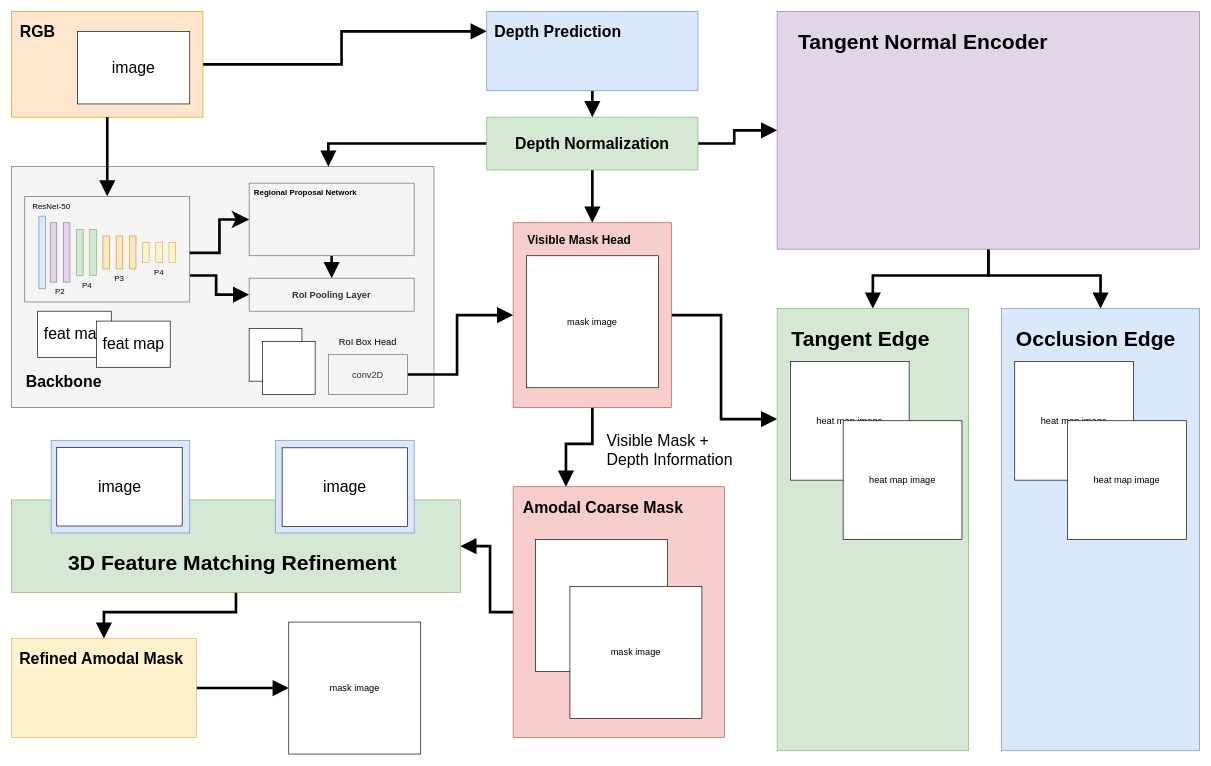
JingchengYang4/DAIS keeps this draw.io diagram as results/pipeline.drawio. Above is the earlier version. Source tidied: cells renumbered, new cells numbered last; positions are measured from the earlier drawing's top-left corner, leaving out a move shared by most shapes. Both pictures are drawn from the tidied source at 66%, with x=0, y=0 at pixel (11, 11).
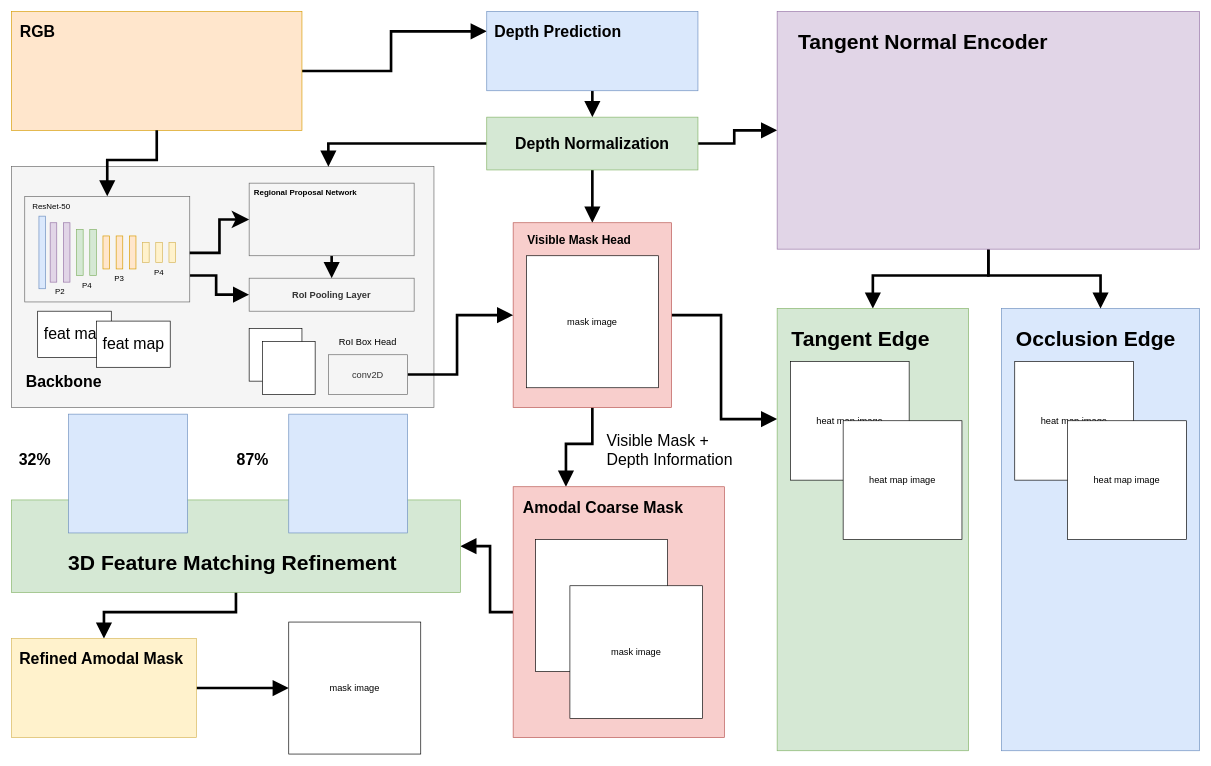
The same diagram, later.

The edit, as a diff of the source:
```diff
@@
     <mxCell id="3" style="rounded=0;whiteSpace=wrap;html=1;fillColor=#ffe6cc;strokeColor=#d79b00;" parent="1" vertex="1">
-      <mxGeometry width="290" height="160" as="geometry" />
+      <mxGeometry width="440" height="180" as="geometry" />
     </mxCell>
@@
-    <mxCell id="24" style="rounded=0;whiteSpace=wrap;html=1;fontSize=24;fillColor=#dae8fc;strokeColor=#6c8ebf;" parent="1" vertex="1">
-      <mxGeometry x="60" y="650" width="210" height="140" as="geometry" />
-    </mxCell>
     <mxCell id="25" style="rounded=0;whiteSpace=wrap;html=1;fontSize=24;fillColor=#dae8fc;strokeColor=#6c8ebf;" parent="1" vertex="1">
-      <mxGeometry x="400" y="650" width="210" height="140" as="geometry" />
+      <mxGeometry x="420" y="610" width="180" height="180" as="geometry" />
     </mxCell>
@@
-    <mxCell id="64" value="image" style="rounded=0;whiteSpace=wrap;html=1;fontSize=24;" parent="1" vertex="1">
-      <mxGeometry x="100" y="30" width="170" height="110" as="geometry" />
-    </mxCell>
@@
-    <mxCell id="67" value="mask image" style="whiteSpace=wrap;html=1;fontSize=14;" parent="1" vertex="1">
-      <mxGeometry x="846" y="871" width="200" height="200" as="geometry" />
-    </mxCell>
-    <mxCell id="68" value="image" style="rounded=0;whiteSpace=wrap;html=1;fontSize=24;" parent="1" vertex="1">
-      <mxGeometry x="410" y="661" width="190" height="119" as="geometry" />
-    </mxCell>
-    <mxCell id="69" value="image" style="rounded=0;whiteSpace=wrap;html=1;fontSize=24;" parent="1" vertex="1">
-      <mxGeometry x="68.5" y="660.5" width="190" height="119" as="geometry" />
-    </mxCell>
@@
+    <mxCell id="67" value="mask image" style="whiteSpace=wrap;html=1;fontSize=14;" parent="1" vertex="1">
+      <mxGeometry x="846" y="870" width="201" height="201" as="geometry" />
+    </mxCell>
+    <mxCell id="80" style="rounded=0;whiteSpace=wrap;html=1;fontSize=24;fillColor=#dae8fc;strokeColor=#6c8ebf;" parent="1" vertex="1">
+      <mxGeometry x="86.5" y="610" width="180" height="180" as="geometry" />
+    </mxCell>
+    <mxCell id="81" value="87%" style="text;html=1;align=center;verticalAlign=middle;strokeColor=none;fillColor=none;fontStyle=1;fontSize=24;" parent="1" vertex="1">
+      <mxGeometry x="330" y="660" width="70" height="40" as="geometry" />
+    </mxCell>
+    <mxCell id="82" value="32%" style="text;html=1;align=center;verticalAlign=middle;strokeColor=none;fillColor=none;fontStyle=1;fontSize=24;" parent="1" vertex="1">
+      <mxGeometry y="660" width="70" height="40" as="geometry" />
+    </mxCell>
```
